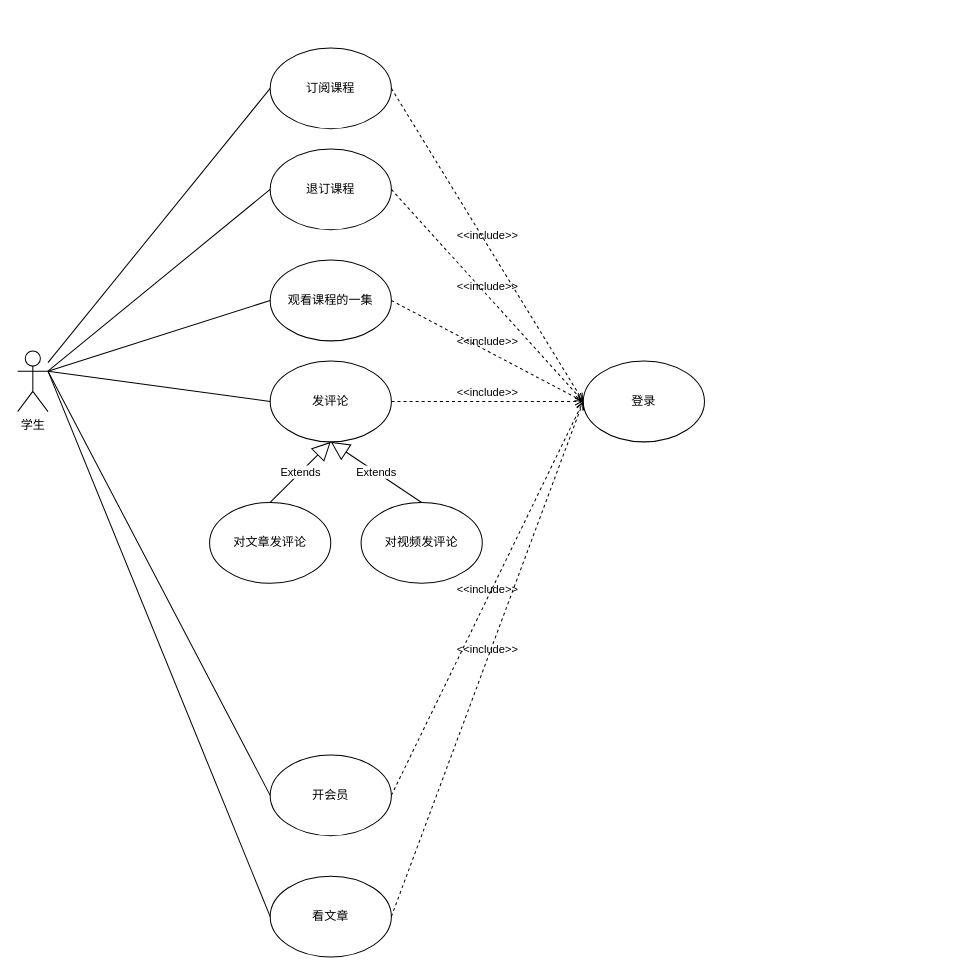
Above: 用例/学生.drawio in yu1745/shhixun (draw.io), before the change. Source tidied: cells renumbered, new cells numbered last; positions are measured from the earlier drawing's top-left corner, leaving out a move shared by most shapes. Both pictures are drawn from the tidied source at 101%, with x=0, y=0 at pixel (17, 47).
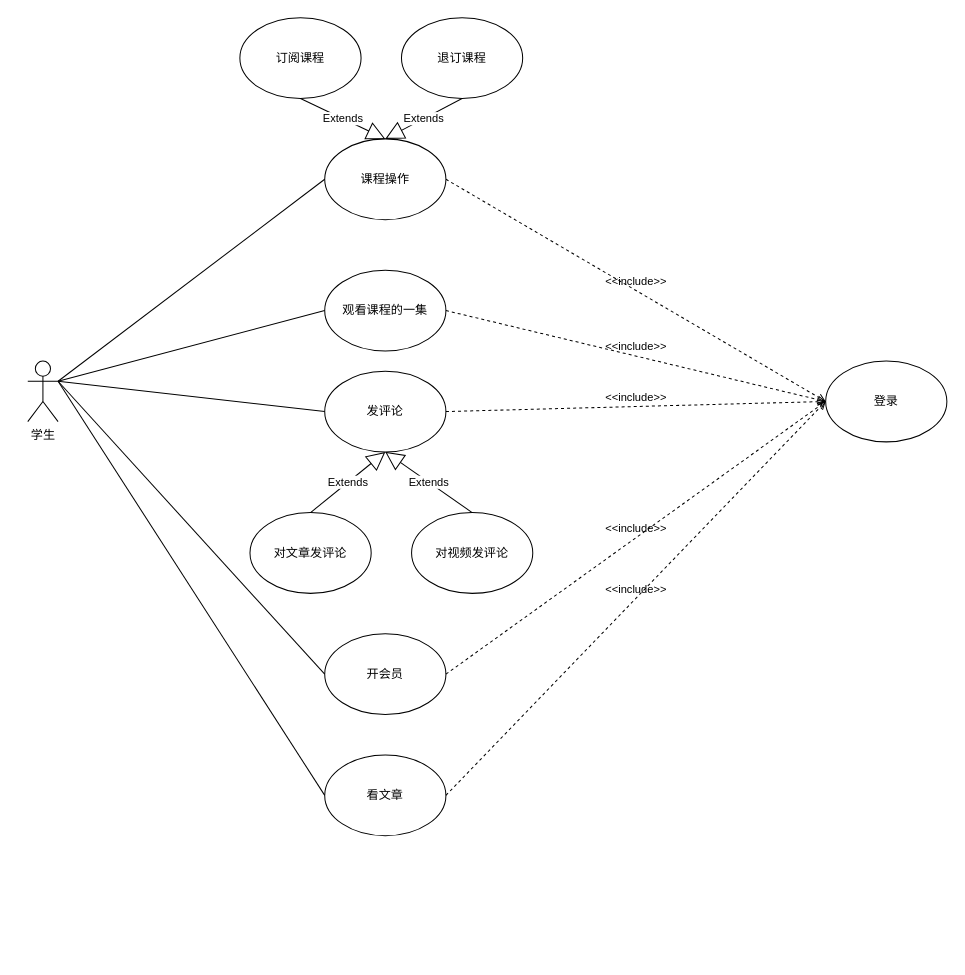
After the change.

Diff of the diagram source:
```diff
@@
     <mxCell id="2" value="学生" style="shape=umlActor;verticalLabelPosition=bottom;verticalAlign=top;html=1;" parent="1" vertex="1">
-      <mxGeometry y="300" width="30" height="60" as="geometry" />
+      <mxGeometry x="10" y="310" width="30" height="60" as="geometry" />
     </mxCell>
-    <mxCell id="3" style="endArrow=none;html=1;rounded=0;entryX=0;entryY=0.5;entryDx=0;entryDy=0;" parent="1" edge="1" source="2" target="4">
-      <mxGeometry relative="1" as="geometry" />
-    </mxCell>
     <mxCell id="4" value="订阅课程" style="ellipse;whiteSpace=wrap;html=1;" parent="1" vertex="1">
-      <mxGeometry x="250" width="120" height="80" as="geometry" />
+      <mxGeometry x="220" y="-30" width="120" height="80" as="geometry" />
     </mxCell>
     <mxCell id="5" value="退订课程" style="ellipse;whiteSpace=wrap;html=1;" parent="1" vertex="1">
-      <mxGeometry x="250" y="100" width="120" height="80" as="geometry" />
+      <mxGeometry x="380" y="-30" width="120" height="80" as="geometry" />
     </mxCell>
     <mxCell id="6" value="观看课程的一集" style="ellipse;whiteSpace=wrap;html=1;" parent="1" vertex="1">
-      <mxGeometry x="250" y="210" width="120" height="80" as="geometry" />
+      <mxGeometry x="304" y="220" width="120" height="80" as="geometry" />
     </mxCell>
     <mxCell id="7" value="发评论" style="ellipse;whiteSpace=wrap;html=1;" parent="1" vertex="1">
-      <mxGeometry x="250" y="310" width="120" height="80" as="geometry" />
+      <mxGeometry x="304" y="320" width="120" height="80" as="geometry" />
     </mxCell>
     <mxCell id="8" value="对文章发评论" style="ellipse;whiteSpace=wrap;html=1;" parent="1" vertex="1">
-      <mxGeometry x="190" y="450" width="120" height="80" as="geometry" />
+      <mxGeometry x="230" y="460" width="120" height="80" as="geometry" />
     </mxCell>
     <mxCell id="9" value="对视频发评论" style="ellipse;whiteSpace=wrap;html=1;" parent="1" vertex="1">
-      <mxGeometry x="340" y="450" width="120" height="80" as="geometry" />
+      <mxGeometry x="390" y="460" width="120" height="80" as="geometry" />
     </mxCell>
@@
     <mxCell id="12" value="开会员" style="ellipse;whiteSpace=wrap;html=1;" parent="1" vertex="1">
-      <mxGeometry x="250" y="700" width="120" height="80" as="geometry" />
+      <mxGeometry x="304" y="580" width="120" height="80" as="geometry" />
     </mxCell>
     <mxCell id="13" value="看文章" style="ellipse;whiteSpace=wrap;html=1;" parent="1" vertex="1">
-      <mxGeometry x="250" y="820" width="120" height="80" as="geometry" />
+      <mxGeometry x="304" y="700" width="120" height="80" as="geometry" />
     </mxCell>
-    <mxCell id="14" style="endArrow=none;html=1;rounded=0;entryX=0;entryY=0.5;entryDx=0;entryDy=0;exitX=1;exitY=0.3333333333333333;exitDx=0;exitDy=0;exitPerimeter=0;" parent="1" edge="1" source="2" target="5">
-      <mxGeometry relative="1" as="geometry" />
-    </mxCell>
     <mxCell id="15" value="登录" style="ellipse;whiteSpace=wrap;html=1;" parent="1" vertex="1">
-      <mxGeometry x="560" y="310" width="120" height="80" as="geometry" />
+      <mxGeometry x="800" y="310" width="120" height="80" as="geometry" />
     </mxCell>
-    <mxCell id="16" value="&amp;lt;&amp;lt;include&amp;gt;&amp;gt;" style="html=1;verticalAlign=bottom;labelBackgroundColor=none;endArrow=open;endFill=0;dashed=1;rounded=0;entryX=0;entryY=0.5;entryDx=0;entryDy=0;exitX=1;exitY=0.5;exitDx=0;exitDy=0;" parent="1" edge="1" source="4" target="15">
+    <mxCell id="16" value="&amp;lt;&amp;lt;include&amp;gt;&amp;gt;" style="html=1;verticalAlign=bottom;labelBackgroundColor=none;endArrow=open;endFill=0;dashed=1;rounded=0;entryX=0;entryY=0.5;entryDx=0;entryDy=0;exitX=1;exitY=0.5;exitDx=0;exitDy=0;" parent="1" edge="1" source="27" target="15">
       <mxGeometry relative="1" as="geometry" />
     </mxCell>
@@
-    <mxCell id="19" style="endArrow=none;html=1;rounded=0;entryX=0;entryY=0.5;entryDx=0;entryDy=0;" parent="1" edge="1" target="12">
-      <mxGeometry relative="1" as="geometry">
-        <mxPoint x="30" y="320" as="sourcePoint" />
-      </mxGeometry>
-    </mxCell>
+    <mxCell id="26" style="endArrow=none;html=1;rounded=0;entryX=0;entryY=0.5;entryDx=0;entryDy=0;" parent="1" edge="1" target="12">
+      <mxGeometry relative="1" as="geometry">
+        <mxPoint x="40" y="330" as="sourcePoint" />
+      </mxGeometry>
+    </mxCell>
@@
-    <mxCell id="21" value="&amp;lt;&amp;lt;include&amp;gt;&amp;gt;" style="html=1;verticalAlign=bottom;labelBackgroundColor=none;endArrow=open;endFill=0;dashed=1;rounded=0;exitX=1;exitY=0.5;exitDx=0;exitDy=0;entryX=0;entryY=0.5;entryDx=0;entryDy=0;" parent="1" edge="1" source="5" target="15">
-      <mxGeometry relative="1" as="geometry" />
-    </mxCell>
@@
+    <mxCell id="27" value="课程操作" style="ellipse;whiteSpace=wrap;html=1;" parent="1" vertex="1">
+      <mxGeometry x="304" y="90" width="120" height="80" as="geometry" />
+    </mxCell>
+    <mxCell id="28" value="Extends" style="endArrow=block;endSize=16;endFill=0;html=1;rounded=0;exitX=0.5;exitY=1;exitDx=0;exitDy=0;entryX=0.5;entryY=0;entryDx=0;entryDy=0;" parent="1" edge="1" source="4" target="27">
+      <mxGeometry relative="1" as="geometry" />
+    </mxCell>
+    <mxCell id="29" value="Extends" style="endArrow=block;endSize=16;endFill=0;html=1;rounded=0;exitX=0.5;exitY=1;exitDx=0;exitDy=0;entryX=0.5;entryY=0;entryDx=0;entryDy=0;" parent="1" edge="1" source="5" target="27">
+      <mxGeometry relative="1" as="geometry" />
+    </mxCell>
+    <mxCell id="30" style="endArrow=none;html=1;rounded=0;entryX=0;entryY=0.5;entryDx=0;entryDy=0;exitX=1;exitY=0.3333333333333333;exitDx=0;exitDy=0;exitPerimeter=0;" parent="1" edge="1" source="2" target="27">
+      <mxGeometry relative="1" as="geometry" />
+    </mxCell>
```
